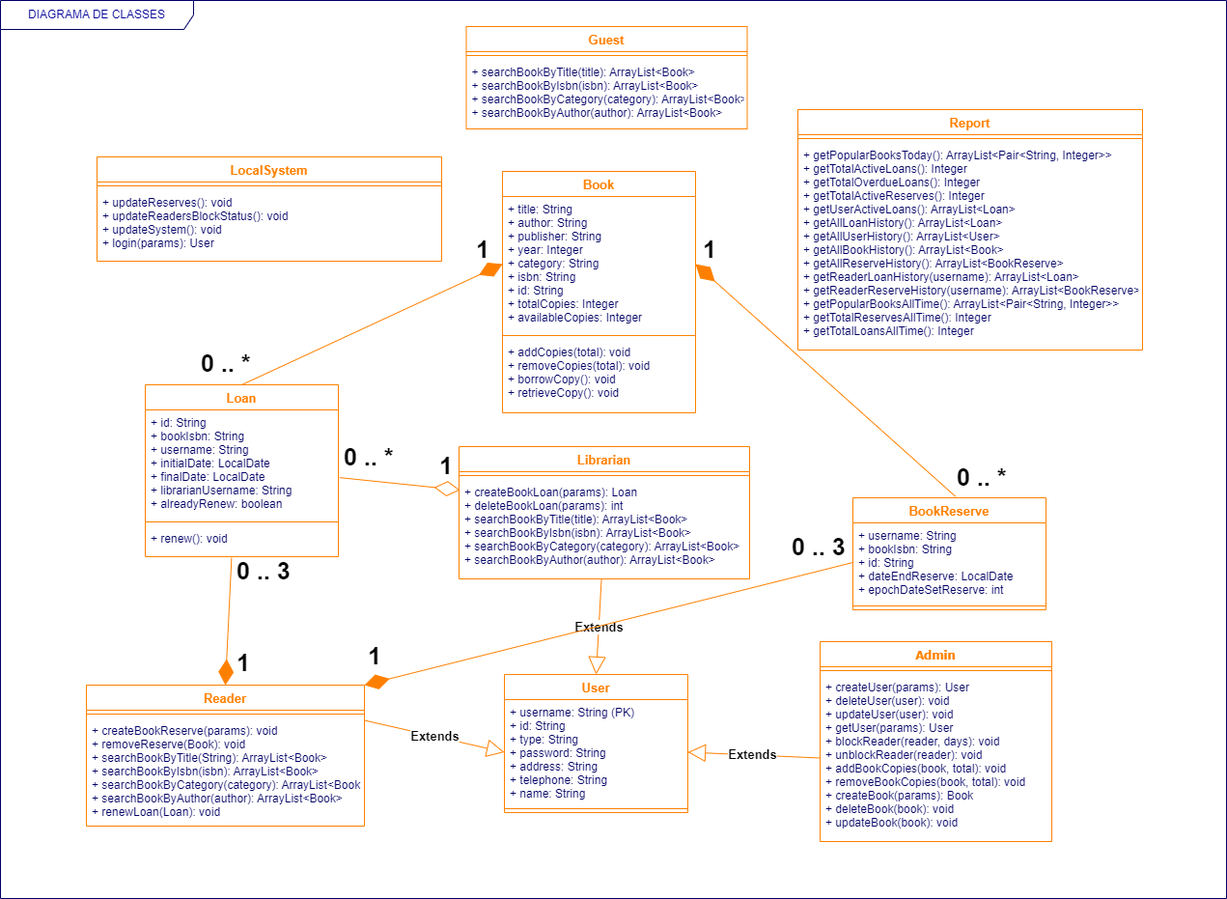
Before: docs/diagrams/classes_diagram.png, a diagram exported from draw.io (mendes658/biblioteca_java). Source tidied: cells renumbered, new cells last; positions are measured from the earlier drawing's top-left corner, leaving out a move shared by most shapes.
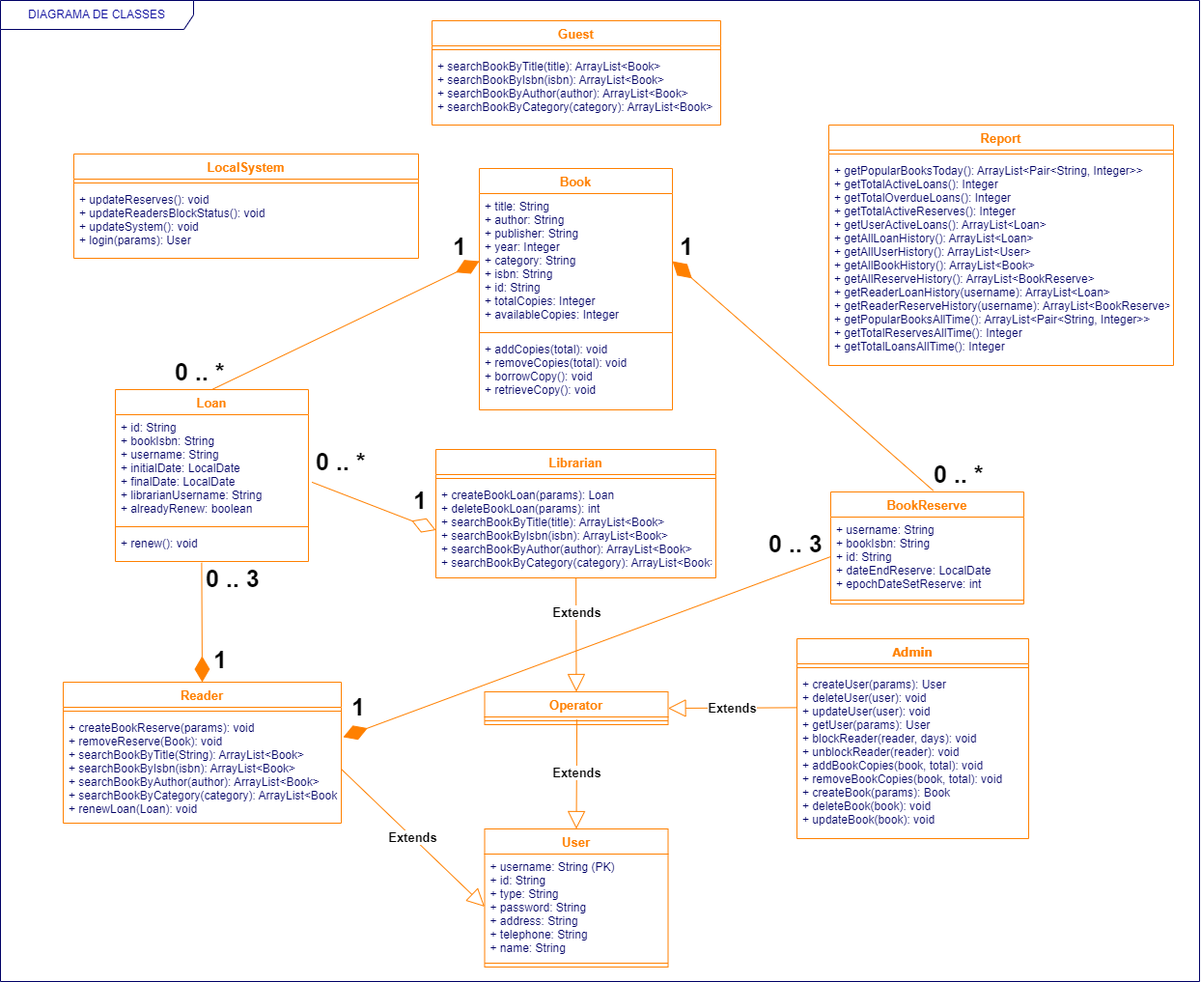
After the commit.

Commit message:
docs: fixing class diagram

Diff of the diagram source:
```diff
@@ -8,17 +8,14 @@
     <mxCell id="3" style="line;strokeWidth=1;fillColor=none;align=left;verticalAlign=middle;spacingTop=-1;spacingLeft=3;spacingRight=3;labelPosition=right;fontColor=#000066;strokeColor=#FF8000;" parent="2" vertex="1">
       <mxGeometry y="26" width="288" height="8" as="geometry" />
     </mxCell>
-    <mxCell id="4" value="+ createBookReserve(params): void&#10;+ removeReserve(Book): void&#10;+ searchBookByTitle(String): ArrayList&lt;Book&gt;&#10;+ searchBookByIsbn(isbn): ArrayList&lt;Book&gt;&#10;+ searchBookByCategory(category): ArrayList&lt;Book&gt;&#10;+ searchBookByAuthor(author): ArrayList&lt;Book&gt;&#10;+ renewLoan(Loan): void" style="text;strokeColor=none;fillColor=none;align=left;verticalAlign=top;spacingLeft=4;spacingRight=4;overflow=hidden;points=[[0,0.5],[1,0.5]];portConstraint=eastwest;fontColor=#000066;" parent="2" vertex="1">
+    <mxCell id="4" value="+ createBookReserve(params): void&#10;+ removeReserve(Book): void&#10;+ searchBookByTitle(String): ArrayList&lt;Book&gt;&#10;+ searchBookByIsbn(isbn): ArrayList&lt;Book&gt;&#10;+ searchBookByAuthor(author): ArrayList&lt;Book&gt;&#10;+ searchBookByCategory(category): ArrayList&lt;Book&gt;&#10;+ renewLoan(Loan): void" style="text;strokeColor=none;fillColor=none;align=left;verticalAlign=top;spacingLeft=4;spacingRight=4;overflow=hidden;points=[[0,0.5],[1,0.5]];portConstraint=eastwest;fontColor=#000066;" parent="2" vertex="1">
       <mxGeometry y="34" width="288" height="112" as="geometry" />
     </mxCell>
     <mxCell id="5" style="endArrow=diamondThin;endFill=1;endSize=24;html=1;strokeColor=#FF8000;fontSize=13;fontColor=#000066;exitX=0.531;exitY=-0.012;entryX=1;entryY=0.5;exitDx=0;exitDy=0;exitPerimeter=0;entryDx=0;entryDy=0;fillColor=#ffe6cc;" parent="1" edge="1" source="26" target="33">
       <mxGeometry relative="1" as="geometry" />
     </mxCell>
-    <mxCell id="6" value="1..1" style="text;html=1;align=left;verticalAlign=top;spacingTop=-4;fontSize=13;fontColor=#000066;" parent="1" vertex="1">
-      <mxGeometry x="612" y="775" width="40" height="20" as="geometry" />
-    </mxCell>
     <mxCell id="7" value="User" style="swimlane;fontStyle=1;align=center;verticalAlign=top;horizontal=1;startSize=26;swimlaneFillColor=#ffffff;strokeColor=#FF8000;strokeWidth=1;fillColor=none;fontSize=13;fontColor=#FF8000;" parent="1" vertex="1">
-      <mxGeometry x="522" y="698" width="190" height="143" as="geometry" />
+      <mxGeometry x="525.5" y="861" width="190" height="143" as="geometry" />
     </mxCell>
     <mxCell id="8" value="+ username: String (PK)&#10;+ id: String                            &#10;+ type: String&#10;+ password: String&#10;+ address: String&#10;+ telephone: String&#10;+ name: String" style="text;strokeColor=none;fillColor=none;align=left;verticalAlign=top;spacingLeft=4;spacingRight=4;overflow=hidden;points=[[0,0.5],[1,0.5]];portConstraint=eastwest;fontColor=#000066;" parent="7" vertex="1">
       <mxGeometry y="26" width="190" height="109" as="geometry" />
@@ -27,13 +24,13 @@
       <mxGeometry y="135" width="190" height="8" as="geometry" />
     </mxCell>
     <mxCell id="10" value="Librarian" style="swimlane;fontStyle=1;align=center;verticalAlign=top;horizontal=1;startSize=26;swimlaneFillColor=#ffffff;strokeColor=#FF8000;strokeWidth=1;fillColor=none;fontSize=13;fontColor=#FF8000;" parent="1" vertex="1">
-      <mxGeometry x="475" y="462" width="301" height="137" as="geometry" />
+      <mxGeometry x="475" y="468" width="290" height="133" as="geometry" />
     </mxCell>
     <mxCell id="11" style="line;strokeWidth=1;fillColor=none;align=left;verticalAlign=middle;spacingTop=-1;spacingLeft=3;spacingRight=3;labelPosition=right;fontColor=#000066;strokeColor=#FF8000;" parent="10" vertex="1">
-      <mxGeometry y="26" width="301" height="8" as="geometry" />
+      <mxGeometry y="26" width="290" height="8" as="geometry" />
     </mxCell>
-    <mxCell id="12" value="+ createBookLoan(params): Loan&#10;+ deleteBookLoan(params): int&#10;+ searchBookByTitle(title): ArrayList&lt;Book&gt;&#10;+ searchBookByIsbn(isbn): ArrayList&lt;Book&gt;&#10;+ searchBookByCategory(category): ArrayList&lt;Book&gt;&#10;+ searchBookByAuthor(author): ArrayList&lt;Book&gt;&#10;" style="text;strokeColor=none;fillColor=none;align=left;verticalAlign=top;spacingLeft=4;spacingRight=4;overflow=hidden;points=[[0,0.5],[1,0.5]];portConstraint=eastwest;fontColor=#000066;" parent="10" vertex="1">
-      <mxGeometry y="34" width="301" height="103" as="geometry" />
+    <mxCell id="12" value="+ createBookLoan(params): Loan&#10;+ deleteBookLoan(params): int&#10;+ searchBookByTitle(title): ArrayList&lt;Book&gt;&#10;+ searchBookByIsbn(isbn): ArrayList&lt;Book&gt;&#10;+ searchBookByAuthor(author): ArrayList&lt;Book&gt;&#10;+ searchBookByCategory(category): ArrayList&lt;Book&gt;&#10;&#10;&#10;" style="text;strokeColor=none;fillColor=none;align=left;verticalAlign=top;spacingLeft=4;spacingRight=4;overflow=hidden;points=[[0,0.5],[1,0.5]];portConstraint=eastwest;fontColor=#000066;" parent="10" vertex="1">
+      <mxGeometry y="34" width="290" height="99" as="geometry" />
     </mxCell>
     <mxCell id="13" value="Admin" style="swimlane;fontStyle=1;align=center;verticalAlign=top;horizontal=1;startSize=26;swimlaneFillColor=#ffffff;strokeColor=#FF8000;fillColor=#ffffff;fontFamily=Tahoma;fontSize=13;fontColor=#FF8000;" parent="1" vertex="1">
       <mxGeometry x="849" y="664" width="240" height="207" as="geometry" />
@@ -45,7 +42,7 @@
       <mxGeometry y="34" width="240" height="173" as="geometry" />
     </mxCell>
     <mxCell id="16" value="Loan" style="swimlane;fontStyle=1;align=center;verticalAlign=top;horizontal=1;startSize=26;swimlaneFillColor=#ffffff;strokeColor=#FF8000;strokeWidth=1;fillColor=none;fontSize=13;fontColor=#FF8000;" parent="1" vertex="1">
-      <mxGeometry x="150" y="398" width="200" height="178" as="geometry" />
+      <mxGeometry x="143" y="406" width="200" height="178" as="geometry" />
     </mxCell>
     <mxCell id="17" value="+ id: String&#10;+ bookIsbn: String&#10;+ username: String&#10;+ initialDate: LocalDate&#10;+ finalDate: LocalDate&#10;+ librarianUsername: String&#10;+ alreadyRenew: boolean" style="text;strokeColor=none;fillColor=none;align=left;verticalAlign=top;spacingLeft=4;spacingRight=4;overflow=hidden;points=[[0,0.5],[1,0.5]];portConstraint=eastwest;fontColor=#000066;" parent="16" vertex="1">
       <mxGeometry y="26" width="200" height="112" as="geometry" />
@@ -57,7 +54,7 @@
       <mxGeometry y="146" width="200" height="32" as="geometry" />
     </mxCell>
     <mxCell id="20" value="Report" style="swimlane;fontStyle=1;align=center;verticalAlign=top;horizontal=1;startSize=26;swimlaneFillColor=#ffffff;strokeColor=#FF8000;strokeWidth=1;fillColor=none;fontSize=13;fontColor=#FF8000;" parent="1" vertex="1">
-      <mxGeometry x="826" y="113" width="357" height="249" as="geometry" />
+      <mxGeometry x="882" y="132" width="357" height="249" as="geometry" />
     </mxCell>
     <mxCell id="21" style="line;strokeWidth=1;fillColor=none;align=left;verticalAlign=middle;spacingTop=-1;spacingLeft=3;spacingRight=3;labelPosition=right;fontColor=#000066;strokeColor=#FF8000;" parent="20" vertex="1">
       <mxGeometry y="26" width="357" height="8" as="geometry" />
@@ -75,7 +72,7 @@
       <mxGeometry y="34" width="357" height="74" as="geometry" />
     </mxCell>
     <mxCell id="26" value="BookReserve" style="swimlane;fontStyle=1;align=center;verticalAlign=top;horizontal=1;startSize=26;swimlaneFillColor=#ffffff;strokeColor=#FF8000;strokeWidth=1;fillColor=none;fontSize=13;fontColor=#FF8000;" parent="1" vertex="1">
-      <mxGeometry x="883" y="515" width="200" height="116" as="geometry" />
+      <mxGeometry x="884" y="512" width="200" height="116" as="geometry" />
     </mxCell>
     <mxCell id="27" value="+ username: String&#10;+ bookIsbn: String&#10;+ id: String&#10;+ dateEndReserve: LocalDate&#10;+ epochDateSetReserve: int" style="text;strokeColor=none;fillColor=none;align=left;verticalAlign=top;spacingLeft=4;spacingRight=4;overflow=hidden;points=[[0,0.5],[1,0.5]];portConstraint=eastwest;fontColor=#000066;" parent="26" vertex="1">
       <mxGeometry y="26" width="200" height="82" as="geometry" />
@@ -83,13 +80,13 @@
     <mxCell id="28" style="line;strokeWidth=1;fillColor=none;align=left;verticalAlign=middle;spacingTop=-1;spacingLeft=3;spacingRight=3;labelPosition=right;fontColor=#000066;strokeColor=#FF8000;" parent="26" vertex="1">
       <mxGeometry y="108" width="200" height="8" as="geometry" />
     </mxCell>
-    <mxCell id="29" value="Extends" style="endArrow=block;endSize=16;endFill=0;html=1;rounded=0;entryX=1;entryY=0.5;entryDx=0;entryDy=0;exitX=0;exitY=0.5;exitDx=0;exitDy=0;strokeColor=#FF8000;fontStyle=1;fontSize=13;" parent="1" edge="1" source="15" target="8">
+    <mxCell id="29" value="Extends" style="endArrow=block;endSize=16;endFill=0;html=1;rounded=0;entryX=1;entryY=0.5;entryDx=0;entryDy=0;exitX=-0.001;exitY=0.216;exitDx=0;exitDy=0;strokeColor=#FF8000;fontStyle=1;fontSize=13;exitPerimeter=0;" parent="1" edge="1" source="15" target="54">
       <mxGeometry relative="1" as="geometry" />
     </mxCell>
-    <mxCell id="30" value="Extends" style="endArrow=block;endSize=16;endFill=0;html=1;rounded=0;entryX=0.5;entryY=0;entryDx=0;entryDy=0;strokeColor=#FF8000;fontStyle=1;fontSize=13;" parent="1" edge="1" source="12" target="7">
-      <mxGeometry relative="1" as="geometry" />
+    <mxCell id="30" value="Extends" style="endArrow=block;endSize=16;endFill=0;html=1;rounded=0;strokeColor=#FF8000;fontStyle=1;fontSize=13;entryX=0.5;entryY=0;entryDx=0;entryDy=0;" parent="1" edge="1" source="12" target="54">
+      <mxGeometry x="-0.38" y="1" relative="1" as="geometry" />
     </mxCell>
-    <mxCell id="31" value="Extends" style="endArrow=block;endSize=16;endFill=0;html=1;rounded=0;entryX=0;entryY=0.5;entryDx=0;entryDy=0;exitX=1;exitY=0.25;exitDx=0;exitDy=0;strokeColor=#FF8000;fontStyle=1;fontSize=13;" parent="1" edge="1" source="2" target="8">
+    <mxCell id="31" value="Extends" style="endArrow=block;endSize=16;endFill=0;html=1;rounded=0;entryX=0;entryY=0.5;entryDx=0;entryDy=0;exitX=1;exitY=0.5;exitDx=0;exitDy=0;strokeColor=#FF8000;fontStyle=1;fontSize=13;" parent="1" edge="1" source="4" target="8">
       <mxGeometry relative="1" as="geometry" />
     </mxCell>
     <mxCell id="32" value="Book" style="swimlane;fontStyle=1;align=center;verticalAlign=top;horizontal=1;startSize=26;swimlaneFillColor=#ffffff;strokeColor=#FF8000;strokeWidth=1;fillColor=none;fontSize=13;fontColor=#FF8000;" parent="1" vertex="1">
@@ -105,13 +102,13 @@
       <mxGeometry y="174" width="200" height="76" as="geometry" />
     </mxCell>
     <mxCell id="36" value="Guest" style="swimlane;fontStyle=1;align=center;verticalAlign=top;horizontal=1;startSize=26;swimlaneFillColor=#ffffff;strokeColor=#FF8000;strokeWidth=1;fillColor=none;fontSize=13;fontColor=#FF8000;" parent="1" vertex="1">
-      <mxGeometry x="482.5" y="27" width="291" height="106" as="geometry" />
+      <mxGeometry x="471" y="24" width="299" height="108" as="geometry" />
     </mxCell>
     <mxCell id="37" style="line;strokeWidth=1;fillColor=none;align=left;verticalAlign=middle;spacingTop=-1;spacingLeft=3;spacingRight=3;labelPosition=right;fontColor=#000066;strokeColor=#FF8000;" parent="36" vertex="1">
-      <mxGeometry y="26" width="291" height="8" as="geometry" />
+      <mxGeometry y="26" width="299" height="8" as="geometry" />
     </mxCell>
-    <mxCell id="38" value="+ searchBookByTitle(title): ArrayList&lt;Book&gt;&#10;+ searchBookByIsbn(isbn): ArrayList&lt;Book&gt;&#10;+ searchBookByCategory(category): ArrayList&lt;Book&gt;&#10;+ searchBookByAuthor(author): ArrayList&lt;Book&gt;" style="text;strokeColor=none;fillColor=none;align=left;verticalAlign=top;spacingLeft=4;spacingRight=4;overflow=hidden;fontColor=#000066;" parent="36" vertex="1">
-      <mxGeometry y="34" width="291" height="72" as="geometry" />
+    <mxCell id="38" value="+ searchBookByTitle(title): ArrayList&lt;Book&gt;&#10;+ searchBookByIsbn(isbn): ArrayList&lt;Book&gt;&#10;+ searchBookByAuthor(author): ArrayList&lt;Book&gt;&#10;+ searchBookByCategory(category): ArrayList&lt;Book&gt;" style="text;strokeColor=none;fillColor=none;align=left;verticalAlign=top;spacingLeft=4;spacingRight=4;overflow=hidden;fontColor=#000066;" parent="36" vertex="1">
+      <mxGeometry y="34" width="299" height="74" as="geometry" />
     </mxCell>
     <mxCell id="39" value="0 .. *" style="text;html=1;align=left;verticalAlign=top;spacingTop=-4;fontSize=25;fontColor=#000000;fillColor=none;fontStyle=1;" parent="1" vertex="1">
       <mxGeometry x="988.5" y="476" width="69" height="36" as="geometry" />
@@ -123,7 +120,7 @@
       <mxGeometry relative="1" as="geometry" />
     </mxCell>
     <mxCell id="42" value="0 .. 3" style="text;html=1;align=left;verticalAlign=top;spacingTop=-4;fontSize=25;fontColor=#000000;fillColor=none;fontStyle=1;" parent="1" vertex="1">
-      <mxGeometry x="243" y="573" width="74" height="36" as="geometry" />
+      <mxGeometry x="235" y="584" width="74" height="36" as="geometry" />
     </mxCell>
     <mxCell id="43" value="1" style="text;html=1;align=left;verticalAlign=top;spacingTop=-4;fontSize=25;fontColor=#000000;fillColor=none;fontStyle=1;" parent="1" vertex="1">
       <mxGeometry x="243" y="668" width="32" height="36" as="geometry" />
@@ -132,33 +129,40 @@
       <mxGeometry relative="1" as="geometry" />
     </mxCell>
     <mxCell id="45" value="0 .. *" style="text;html=1;align=left;verticalAlign=top;spacingTop=-4;fontSize=25;fontColor=#000000;fillColor=none;fontStyle=1;" parent="1" vertex="1">
-      <mxGeometry x="206" y="358" width="69" height="36" as="geometry" />
+      <mxGeometry x="203" y="370" width="69" height="36" as="geometry" />
     </mxCell>
     <mxCell id="46" value="1" style="text;html=1;align=left;verticalAlign=top;spacingTop=-4;fontSize=25;fontColor=#000000;fillColor=none;fontStyle=1;" parent="1" vertex="1">
       <mxGeometry x="491" y="240" width="32" height="36" as="geometry" />
     </mxCell>
-    <mxCell id="47" style="endArrow=diamondThin;endFill=0;endSize=24;html=1;strokeColor=#FF8000;fontSize=13;fontColor=#000066;exitX=1.006;exitY=0.626;entryX=0;entryY=0.5;exitDx=0;exitDy=0;entryDx=0;entryDy=0;fillColor=#ffe6cc;exitPerimeter=0;" parent="1" edge="1" source="17">
-      <mxGeometry relative="1" as="geometry">
-        <mxPoint x="476" y="507" as="targetPoint" />
-      </mxGeometry>
+    <mxCell id="47" style="endArrow=diamondThin;endFill=0;endSize=24;html=1;strokeColor=#FF8000;fontSize=13;fontColor=#000066;exitX=1.018;exitY=0.624;entryX=0;entryY=0.5;exitDx=0;exitDy=0;entryDx=0;entryDy=0;fillColor=#ffe6cc;exitPerimeter=0;" parent="1" edge="1" source="17" target="12">
+      <mxGeometry relative="1" as="geometry" />
     </mxCell>
     <mxCell id="48" value="1" style="text;html=1;align=left;verticalAlign=top;spacingTop=-4;fontSize=25;fontColor=#000000;fillColor=none;fontStyle=1;" parent="1" vertex="1">
-      <mxGeometry x="453" y="464" width="32" height="36" as="geometry" />
+      <mxGeometry x="450" y="503" width="32" height="36" as="geometry" />
     </mxCell>
     <mxCell id="49" value="0 .. *" style="text;html=1;align=left;verticalAlign=top;spacingTop=-4;fontSize=25;fontColor=#000000;fillColor=none;fontStyle=1;" parent="1" vertex="1">
-      <mxGeometry x="354" y="455" width="69" height="36" as="geometry" />
+      <mxGeometry x="349" y="463" width="69" height="36" as="geometry" />
     </mxCell>
-    <mxCell id="50" style="endArrow=diamondThin;endFill=1;endSize=24;html=1;strokeColor=#FF8000;fontSize=13;fontColor=#000066;exitX=0;exitY=0.5;entryX=1;entryY=0;exitDx=0;exitDy=0;entryDx=0;entryDy=0;fillColor=#ffe6cc;" parent="1" edge="1" source="27" target="2">
+    <mxCell id="50" style="endArrow=diamondThin;endFill=1;endSize=24;html=1;strokeColor=#FF8000;fontSize=13;fontColor=#000066;exitX=0;exitY=0.5;entryX=1.007;entryY=0.205;exitDx=0;exitDy=0;entryDx=0;entryDy=0;fillColor=#ffe6cc;entryPerimeter=0;" parent="1" edge="1" source="27" target="4">
       <mxGeometry relative="1" as="geometry" />
     </mxCell>
     <mxCell id="51" value="1" style="text;html=1;align=left;verticalAlign=top;spacingTop=-4;fontSize=25;fontColor=#000000;fillColor=none;fontStyle=1;" parent="1" vertex="1">
-      <mxGeometry x="379" y="661" width="32" height="36" as="geometry" />
+      <mxGeometry x="386" y="717" width="32" height="36" as="geometry" />
     </mxCell>
     <mxCell id="52" value="0 .. 3" style="text;html=1;align=left;verticalAlign=top;spacingTop=-4;fontSize=25;fontColor=#000000;fillColor=none;fontStyle=1;" parent="1" vertex="1">
       <mxGeometry x="818" y="548" width="74" height="36" as="geometry" />
     </mxCell>
     <mxCell id="53" value="DIAGRAMA DE CLASSES" style="shape=umlFrame;whiteSpace=wrap;html=1;strokeWidth=1;fillColor=none;width=200;height=30;fontColor=#000099;strokeColor=#000066;" parent="1" vertex="1">
-      <mxGeometry width="1270" height="930" as="geometry" />
+      <mxGeometry x="24" y="3" width="1242" height="1016" as="geometry" />
     </mxCell>
+    <mxCell id="54" value="Operator" style="swimlane;fontStyle=1;align=center;verticalAlign=top;horizontal=1;startSize=26;swimlaneFillColor=#ffffff;strokeColor=#FF8000;strokeWidth=1;fillColor=none;fontSize=13;fontColor=#FF8000;" parent="1" vertex="1">
+      <mxGeometry x="525.5" y="719" width="190" height="34" as="geometry" />
+    </mxCell>
+    <mxCell id="55" style="line;strokeWidth=1;fillColor=none;align=left;verticalAlign=middle;spacingTop=-1;spacingLeft=3;spacingRight=3;labelPosition=right;points=[];portConstraint=eastwest;fontColor=#000066;strokeColor=#FF8000;" parent="54" vertex="1">
+      <mxGeometry y="26" width="190" height="8" as="geometry" />
+    </mxCell>
+    <mxCell id="56" value="Extends" style="endArrow=block;endSize=16;endFill=0;html=1;rounded=0;strokeColor=#FF8000;fontStyle=1;fontSize=13;entryX=0.5;entryY=0;entryDx=0;entryDy=0;exitX=0.503;exitY=0.337;exitDx=0;exitDy=0;exitPerimeter=0;" parent="1" edge="1" source="55" target="7">
+      <mxGeometry relative="1" as="geometry" />
+    </mxCell>
   </root>
 </mxGraphModel>
```
